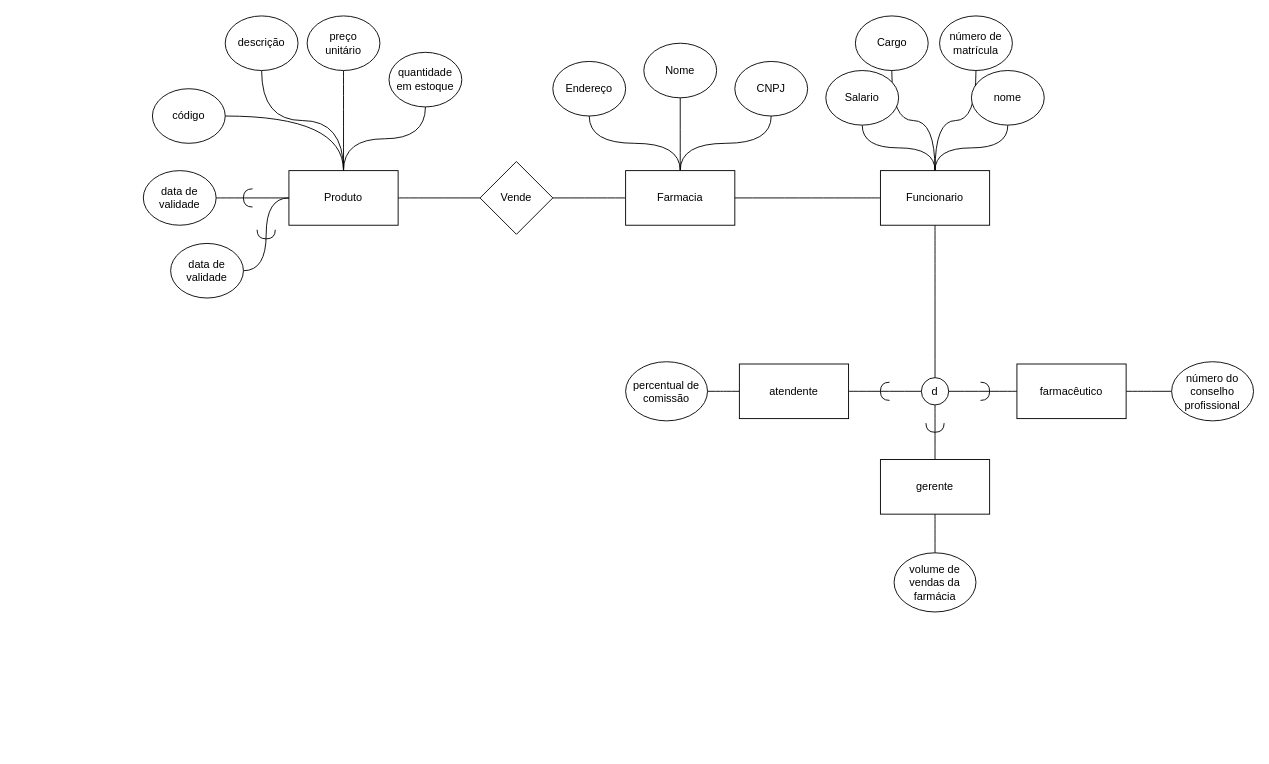
gv01d/BD keeps this draw.io diagram as at4.drawio. Above is the earlier version. Source tidied: cells renumbered, new cells numbered last; positions are measured from the earlier drawing's top-left corner, leaving out a move shared by most shapes. Both pictures are drawn from the tidied source at 91%, with x=0, y=0 at pixel (143, 15).
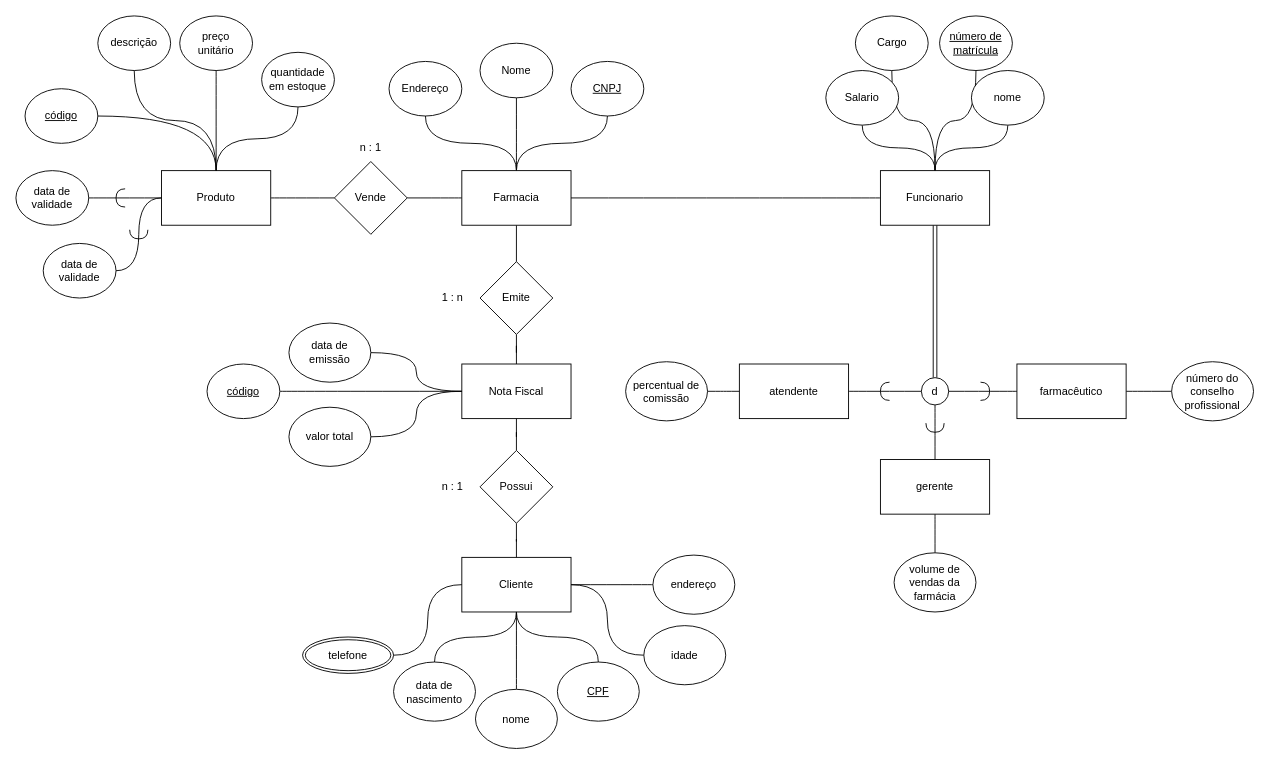
The same diagram, later.

Unchanged cells that the change refers to:
```xml
<mxCell id="15" value="Funcionario" style="rounded=0;whiteSpace=wrap;html=1;" parent="1" vertex="1">
  <mxGeometry x="810" y="170" width="120" height="60" as="geometry" />
</mxCell>
<mxCell id="22" value="d" style="ellipse;whiteSpace=wrap;html=1;" parent="1" vertex="1">
  <mxGeometry x="855" y="397.5" width="30" height="30" as="geometry" />
</mxCell>
```

The edit, as a diff of the source:
```diff
@@
+    <mxCell id="54" style="edgeStyle=orthogonalEdgeStyle;rounded=0;jettySize=auto;html=1;endArrow=none;endFill=0;" parent="1" edge="1" source="6" target="58">
+      <mxGeometry relative="1" as="geometry" />
+    </mxCell>
     <mxCell id="6" value="Farmacia" style="rounded=0;whiteSpace=wrap;html=1;" parent="1" vertex="1">
-      <mxGeometry x="530" y="170" width="120" height="60" as="geometry" />
+      <mxGeometry x="350" y="170" width="120" height="60" as="geometry" />
     </mxCell>
     <mxCell id="7" value="&lt;div&gt;Nome&lt;/div&gt;" style="ellipse;whiteSpace=wrap;html=1;" parent="1" vertex="1">
-      <mxGeometry x="550" y="30" width="80" height="60" as="geometry" />
+      <mxGeometry x="370" y="30" width="80" height="60" as="geometry" />
     </mxCell>
-    <mxCell id="8" value="CNPJ" style="ellipse;whiteSpace=wrap;html=1;" parent="1" vertex="1">
-      <mxGeometry x="650" y="50" width="80" height="60" as="geometry" />
+    <mxCell id="8" value="&lt;u&gt;CNPJ&lt;/u&gt;" style="ellipse;whiteSpace=wrap;html=1;" parent="1" vertex="1">
+      <mxGeometry x="470" y="50" width="80" height="60" as="geometry" />
     </mxCell>
     <mxCell id="9" value="Endereço" style="ellipse;whiteSpace=wrap;html=1;" parent="1" vertex="1">
-      <mxGeometry x="450" y="50" width="80" height="60" as="geometry" />
+      <mxGeometry x="270" y="50" width="80" height="60" as="geometry" />
     </mxCell>
@@
-    <mxCell id="14" style="edgeStyle=orthogonalEdgeStyle;rounded=0;jettySize=auto;html=1;curved=1;endArrow=none;endFill=0;" parent="1" edge="1" source="15" target="22">
+    <mxCell id="14" style="edgeStyle=orthogonalEdgeStyle;rounded=0;jettySize=auto;html=1;curved=1;endArrow=none;endFill=0;shape=link;" parent="1" edge="1" source="15" target="22">
       <mxGeometry relative="1" as="geometry" />
     </mxCell>
@@
-    <mxCell id="16" value="número de matrícula" style="ellipse;whiteSpace=wrap;html=1;" parent="1" vertex="1">
+    <mxCell id="16" value="&lt;u&gt;número de matrícula&lt;/u&gt;" style="ellipse;whiteSpace=wrap;html=1;" parent="1" vertex="1">
       <mxGeometry x="875" width="80" height="60" as="geometry" />
     </mxCell>
@@
     <mxCell id="38" value="Produto" style="rounded=0;whiteSpace=wrap;html=1;" parent="1" vertex="1">
-      <mxGeometry x="160" y="170" width="120" height="60" as="geometry" />
+      <mxGeometry x="20" y="170" width="120" height="60" as="geometry" />
     </mxCell>
     <mxCell id="39" value="Vende" style="rhombus;whiteSpace=wrap;html=1;" parent="1" vertex="1">
-      <mxGeometry x="370" y="160" width="80" height="80" as="geometry" />
+      <mxGeometry x="210" y="160" width="80" height="80" as="geometry" />
     </mxCell>
@@
     <mxCell id="41" value="preço&lt;br&gt; unitário" style="ellipse;whiteSpace=wrap;html=1;" parent="1" vertex="1">
-      <mxGeometry x="180" width="80" height="60" as="geometry" />
+      <mxGeometry x="40" width="80" height="60" as="geometry" />
     </mxCell>
@@
     <mxCell id="43" value="quantidade em estoque" style="ellipse;whiteSpace=wrap;html=1;" parent="1" vertex="1">
-      <mxGeometry x="270" y="40" width="80" height="60" as="geometry" />
+      <mxGeometry x="130" y="40" width="80" height="60" as="geometry" />
     </mxCell>
@@
     <mxCell id="45" value="descrição" style="ellipse;whiteSpace=wrap;html=1;" parent="1" vertex="1">
-      <mxGeometry x="90" width="80" height="60" as="geometry" />
+      <mxGeometry x="-50" width="80" height="60" as="geometry" />
     </mxCell>
@@
-    <mxCell id="47" value="código" style="ellipse;whiteSpace=wrap;html=1;" parent="1" vertex="1">
-      <mxGeometry x="10" y="80" width="80" height="60" as="geometry" />
+    <mxCell id="47" value="&lt;u&gt;código&lt;/u&gt;" style="ellipse;whiteSpace=wrap;html=1;" parent="1" vertex="1">
+      <mxGeometry x="-130" y="80" width="80" height="60" as="geometry" />
     </mxCell>
@@
     <mxCell id="49" value="data de validade" style="ellipse;whiteSpace=wrap;html=1;" parent="1" vertex="1">
-      <mxGeometry y="170" width="80" height="60" as="geometry" />
+      <mxGeometry x="-140" y="170" width="80" height="60" as="geometry" />
     </mxCell>
     <mxCell id="50" style="shape=requiredInterface;html=1;verticalLabelPosition=bottom;sketch=0;rotation=-180;" parent="1" vertex="1">
-      <mxGeometry x="110" y="190" width="10" height="20" as="geometry" />
+      <mxGeometry x="-30" y="190" width="10" height="20" as="geometry" />
     </mxCell>
@@
     <mxCell id="52" value="data de validade" style="ellipse;whiteSpace=wrap;html=1;" parent="1" vertex="1">
-      <mxGeometry x="30" y="250" width="80" height="60" as="geometry" />
+      <mxGeometry x="-110" y="250" width="80" height="60" as="geometry" />
     </mxCell>
     <mxCell id="53" style="shape=requiredInterface;html=1;verticalLabelPosition=bottom;sketch=0;rotation=90;" parent="1" vertex="1">
-      <mxGeometry x="130" y="230" width="10" height="20" as="geometry" />
+      <mxGeometry x="-10" y="230" width="10" height="20" as="geometry" />
     </mxCell>
+    <mxCell id="55" value="Cliente" style="rounded=0;whiteSpace=wrap;html=1;" parent="1" vertex="1">
+      <mxGeometry x="350" y="595" width="120" height="60" as="geometry" />
+    </mxCell>
+    <mxCell id="56" value="Nota Fiscal" style="rounded=0;whiteSpace=wrap;html=1;" parent="1" vertex="1">
+      <mxGeometry x="350" y="382.5" width="120" height="60" as="geometry" />
+    </mxCell>
+    <mxCell id="57" style="edgeStyle=orthogonalEdgeStyle;rounded=0;jettySize=auto;html=1;endArrow=none;endFill=0;" parent="1" edge="1" source="58" target="56">
+      <mxGeometry relative="1" as="geometry" />
+    </mxCell>
+    <mxCell id="58" value="Emite" style="rhombus;whiteSpace=wrap;html=1;" parent="1" vertex="1">
+      <mxGeometry x="370" y="270" width="80" height="80" as="geometry" />
+    </mxCell>
+    <mxCell id="59" style="edgeStyle=orthogonalEdgeStyle;rounded=0;jettySize=auto;html=1;endArrow=none;endFill=0;" parent="1" edge="1" source="61" target="56">
+      <mxGeometry relative="1" as="geometry" />
+    </mxCell>
+    <mxCell id="60" style="edgeStyle=orthogonalEdgeStyle;rounded=0;jettySize=auto;html=1;endArrow=none;endFill=0;" parent="1" edge="1" source="61" target="55">
+      <mxGeometry relative="1" as="geometry" />
+    </mxCell>
+    <mxCell id="61" value="Possui" style="rhombus;whiteSpace=wrap;html=1;" parent="1" vertex="1">
+      <mxGeometry x="370" y="477.5" width="80" height="80" as="geometry" />
+    </mxCell>
+    <mxCell id="62" style="edgeStyle=orthogonalEdgeStyle;rounded=0;jettySize=auto;html=1;curved=1;endArrow=none;endFill=0;" parent="1" edge="1" source="63" target="55">
+      <mxGeometry relative="1" as="geometry" />
+    </mxCell>
+    <mxCell id="63" value="nome" style="ellipse;whiteSpace=wrap;html=1;" parent="1" vertex="1">
+      <mxGeometry x="365" y="740" width="90" height="65" as="geometry" />
+    </mxCell>
+    <mxCell id="64" style="edgeStyle=orthogonalEdgeStyle;rounded=0;jettySize=auto;html=1;curved=1;endArrow=none;endFill=0;" parent="1" edge="1" source="65" target="55">
+      <mxGeometry relative="1" as="geometry" />
+    </mxCell>
+    <mxCell id="65" value="&lt;u&gt;CPF&lt;/u&gt;" style="ellipse;whiteSpace=wrap;html=1;" parent="1" vertex="1">
+      <mxGeometry x="455" y="710" width="90" height="65" as="geometry" />
+    </mxCell>
+    <mxCell id="66" style="edgeStyle=orthogonalEdgeStyle;rounded=0;jettySize=auto;html=1;curved=1;endArrow=none;endFill=0;" parent="1" edge="1" source="67" target="55">
+      <mxGeometry relative="1" as="geometry" />
+    </mxCell>
+    <mxCell id="67" value="data de nascimento" style="ellipse;whiteSpace=wrap;html=1;" parent="1" vertex="1">
+      <mxGeometry x="275" y="710" width="90" height="65" as="geometry" />
+    </mxCell>
+    <mxCell id="68" style="edgeStyle=orthogonalEdgeStyle;rounded=0;jettySize=auto;html=1;entryX=1;entryY=0.5;entryDx=0;entryDy=0;curved=1;endArrow=none;endFill=0;" parent="1" edge="1" source="69" target="55">
+      <mxGeometry relative="1" as="geometry" />
+    </mxCell>
+    <mxCell id="69" value="idade" style="ellipse;whiteSpace=wrap;html=1;" parent="1" vertex="1">
+      <mxGeometry x="550" y="670" width="90" height="65" as="geometry" />
+    </mxCell>
+    <mxCell id="70" style="edgeStyle=orthogonalEdgeStyle;rounded=0;jettySize=auto;html=1;entryX=0;entryY=0.5;entryDx=0;entryDy=0;curved=1;endArrow=none;endFill=0;exitX=1;exitY=0.5;exitDx=0;exitDy=0;" parent="1" edge="1" source="82" target="55">
+      <mxGeometry relative="1" as="geometry" />
+    </mxCell>
+    <mxCell id="71" style="edgeStyle=orthogonalEdgeStyle;rounded=0;jettySize=auto;html=1;entryX=1;entryY=0.5;entryDx=0;entryDy=0;curved=1;endArrow=none;endFill=0;" parent="1" edge="1" source="72" target="55">
+      <mxGeometry relative="1" as="geometry" />
+    </mxCell>
+    <mxCell id="72" value="endereço" style="ellipse;whiteSpace=wrap;html=1;" parent="1" vertex="1">
+      <mxGeometry x="560" y="592.5" width="90" height="65" as="geometry" />
+    </mxCell>
+    <mxCell id="73" style="edgeStyle=orthogonalEdgeStyle;rounded=0;jettySize=auto;html=1;endArrow=none;endFill=0;curved=1;" parent="1" edge="1" source="74" target="56">
+      <mxGeometry relative="1" as="geometry" />
+    </mxCell>
+    <mxCell id="74" value=" data de emissão" style="ellipse;whiteSpace=wrap;html=1;" parent="1" vertex="1">
+      <mxGeometry x="160" y="337.5" width="90" height="65" as="geometry" />
+    </mxCell>
+    <mxCell id="75" style="edgeStyle=orthogonalEdgeStyle;rounded=0;jettySize=auto;html=1;curved=1;endArrow=none;endFill=0;" parent="1" edge="1" source="76" target="56">
+      <mxGeometry relative="1" as="geometry" />
+    </mxCell>
+    <mxCell id="76" value="valor total" style="ellipse;whiteSpace=wrap;html=1;" parent="1" vertex="1">
+      <mxGeometry x="160" y="430" width="90" height="65" as="geometry" />
+    </mxCell>
+    <mxCell id="77" style="edgeStyle=orthogonalEdgeStyle;rounded=0;jettySize=auto;html=1;endArrow=none;endFill=0;curved=1;" parent="1" edge="1" source="78" target="56">
+      <mxGeometry relative="1" as="geometry" />
+    </mxCell>
+    <mxCell id="78" value="&lt;u&gt;código&lt;/u&gt;" style="ellipse;whiteSpace=wrap;html=1;" parent="1" vertex="1">
+      <mxGeometry x="70" y="382.5" width="80" height="60" as="geometry" />
+    </mxCell>
+    <mxCell id="79" value="n : 1" style="text;html=1;align=center;verticalAlign=middle;whiteSpace=wrap;rounded=0;" parent="1" vertex="1">
+      <mxGeometry x="220" y="130" width="60" height="30" as="geometry" />
+    </mxCell>
+    <mxCell id="80" value="n : 1 " style="text;html=1;align=center;verticalAlign=middle;whiteSpace=wrap;rounded=0;" parent="1" vertex="1">
+      <mxGeometry x="310" y="502.5" width="60" height="30" as="geometry" />
+    </mxCell>
+    <mxCell id="81" value="1 : n" style="text;html=1;align=center;verticalAlign=middle;whiteSpace=wrap;rounded=0;" parent="1" vertex="1">
+      <mxGeometry x="310" y="295" width="60" height="30" as="geometry" />
+    </mxCell>
+    <mxCell id="82" value="telefone" style="ellipse;shape=doubleEllipse;margin=3;whiteSpace=wrap;html=1;align=center;" parent="1" vertex="1">
+      <mxGeometry x="175" y="682.5" width="100" height="40" as="geometry" />
+    </mxCell>
```
